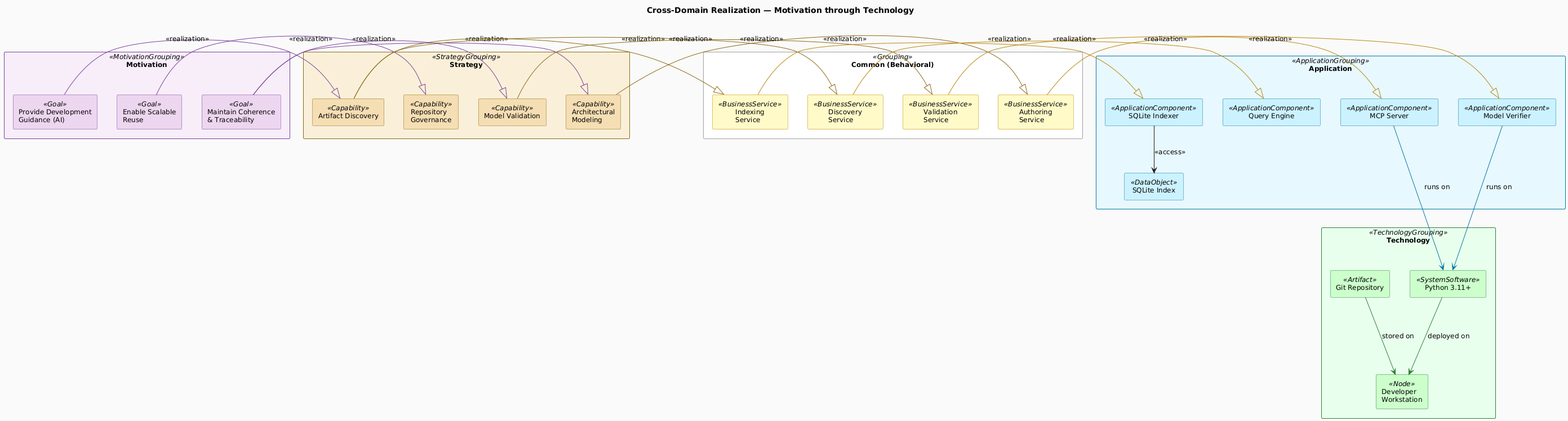
The PlantUML diagram engagements/ENG-ARCH-REPO/architecture-repository/diagram-catalog/diagrams/rendered/cross-domain-realization.png in mbauer83/assisted-architecture-management, before a commit. The source it was exported from:
```plantuml
@startuml cross-domain-realization
!include ../_archimate-stereotypes.puml

title Cross-Domain Realization — Motivation through Technology

rectangle "Motivation" <<MotivationGrouping>> {
  rectangle "Maintain Coherence\n& Traceability" <<Goal>> as GOL_Po1Qw3
  rectangle "Enable Scalable\nReuse" <<Goal>> as GOL_Zx9Cv4
  rectangle "Provide Development\nGuidance (AI)" <<Goal>> as GOL_e3nCpO
}

rectangle "Strategy" <<StrategyGrouping>> {
  rectangle "Architectural\nModeling" <<Capability>> as CAP_y4xZme
  rectangle "Model Validation" <<Capability>> as CAP_gky5s4
  rectangle "Artifact Discovery" <<Capability>> as CAP_QrHHmz
  rectangle "Repository\nGovernance" <<Capability>> as CAP_ZnmAHe
}

rectangle "Common (Behavioral)" <<Grouping>> {
  rectangle "Authoring\nService" <<BusinessService>> as SRV_Au1Th1
  rectangle "Validation\nService" <<BusinessService>> as SRV_Ij6Kl6
  rectangle "Discovery\nService" <<BusinessService>> as SRV_Qr8St8
  rectangle "Indexing\nService" <<BusinessService>> as SRV_3I3Dtc
}

rectangle "Application" <<ApplicationGrouping>> {
  rectangle "MCP Server" <<ApplicationComponent>> as APP_kRZYOA
  rectangle "Model Verifier" <<ApplicationComponent>> as APP_ca3vm7
  rectangle "Query Engine" <<ApplicationComponent>> as APP_v9LvfK
  rectangle "SQLite Indexer" <<ApplicationComponent>> as APP_JOmFWy
  rectangle "SQLite Index" <<DataObject>> as DOB_3rilik
}

rectangle "Technology" <<TechnologyGrouping>> {
  rectangle "Developer\nWorkstation" <<Node>> as NOD_4EFX7z
  rectangle "Python 3.11+" <<SystemSoftware>> as SSW_o7a0ad
  rectangle "Git Repository" <<Artifact>> as ART_YsLpM8
}

GOL_Po1Qw3 -[#7B3F9A]|> CAP_y4xZme : <<realization>>
GOL_Po1Qw3 -[#7B3F9A]|> CAP_gky5s4 : <<realization>>
GOL_Zx9Cv4 -[#7B3F9A]|> CAP_ZnmAHe : <<realization>>
GOL_e3nCpO -[#7B3F9A]|> CAP_QrHHmz : <<realization>>

CAP_y4xZme -[#8B6914]|> SRV_Au1Th1 : <<realization>>
CAP_gky5s4 -[#8B6914]|> SRV_Ij6Kl6 : <<realization>>
CAP_QrHHmz -[#8B6914]|> SRV_Qr8St8 : <<realization>>
CAP_QrHHmz -[#8B6914]|> SRV_3I3Dtc : <<realization>>

SRV_Au1Th1 -[#B8860B]|> APP_kRZYOA : <<realization>>
SRV_Ij6Kl6 -[#B8860B]|> APP_ca3vm7 : <<realization>>
SRV_Qr8St8 -[#B8860B]|> APP_v9LvfK : <<realization>>
SRV_3I3Dtc -[#B8860B]|> APP_JOmFWy : <<realization>>
APP_JOmFWy --> DOB_3rilik : <<access>>

APP_kRZYOA -[#0078A0]--> SSW_o7a0ad : runs on
APP_ca3vm7 -[#0078A0]--> SSW_o7a0ad : runs on
SSW_o7a0ad -[#2E7D32]--> NOD_4EFX7z : deployed on
ART_YsLpM8 -[#2E7D32]--> NOD_4EFX7z : stored on

@enduml
```
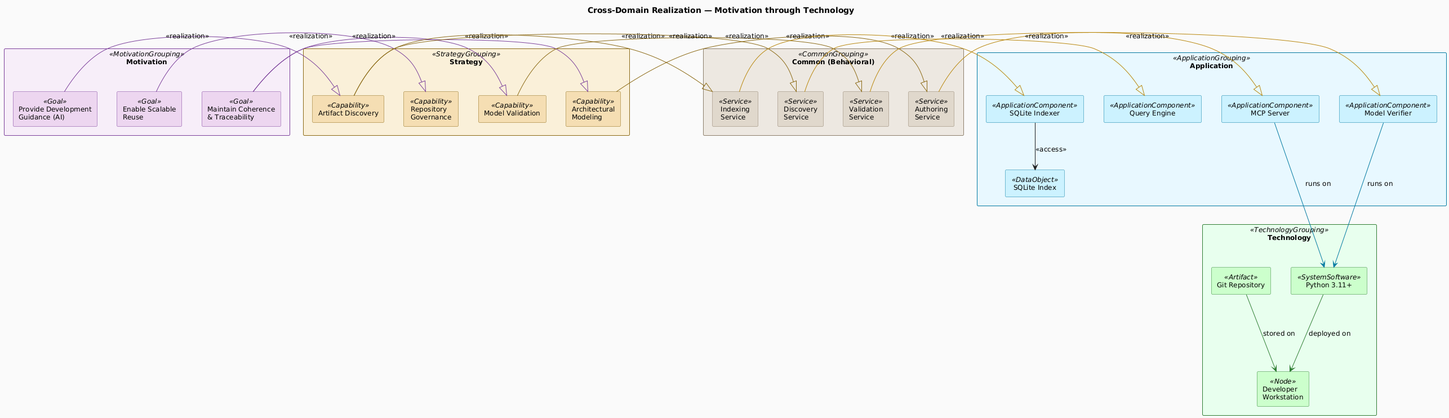
The same diagram one commit later.

What changed in the source:
```diff
@@ -16,11 +16,11 @@
   rectangle "Repository\nGovernance" <<Capability>> as CAP_ZnmAHe
 }
 
-rectangle "Common (Behavioral)" <<Grouping>> {
-  rectangle "Authoring\nService" <<BusinessService>> as SRV_Au1Th1
-  rectangle "Validation\nService" <<BusinessService>> as SRV_Ij6Kl6
-  rectangle "Discovery\nService" <<BusinessService>> as SRV_Qr8St8
-  rectangle "Indexing\nService" <<BusinessService>> as SRV_3I3Dtc
+rectangle "Common (Behavioral)" <<CommonGrouping>> {
+  rectangle "Authoring\nService" <<Service>> as SRV_Au1Th1
+  rectangle "Validation\nService" <<Service>> as SRV_Ij6Kl6
+  rectangle "Discovery\nService" <<Service>> as SRV_Qr8St8
+  rectangle "Indexing\nService" <<Service>> as SRV_3I3Dtc
 }
 
 rectangle "Application" <<ApplicationGrouping>> {
```
